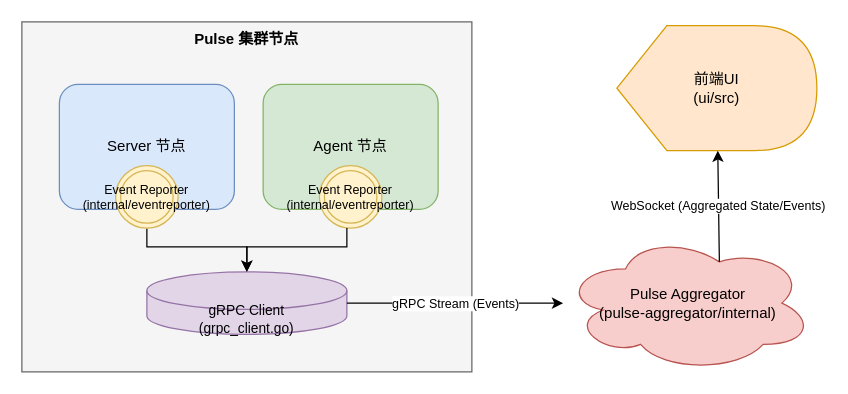
hanzug/draw.io keeps this draw.io diagram as projects/可观察性架构图.drawio. Above is the earlier version. Source tidied: cells renumbered, new cells numbered last; positions are measured from the earlier drawing's top-left corner, leaving out a move shared by most shapes. Both pictures are drawn from the tidied source at 125%, with x=0, y=0 at pixel (21, 21).
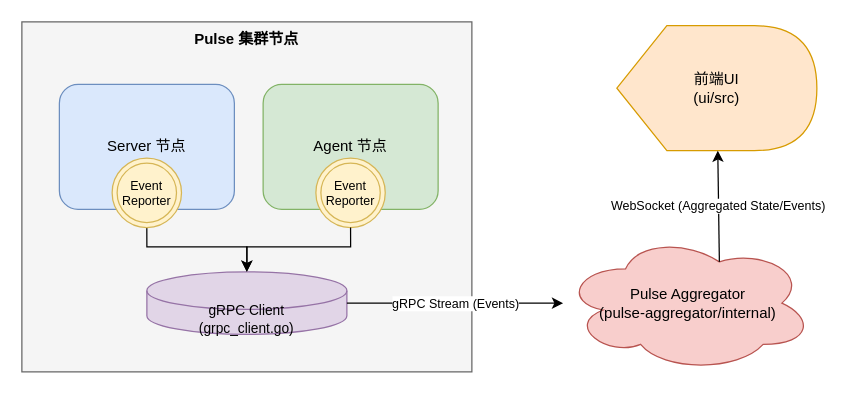
The same page after the edit.

Commit message:
更新可观察性架构图.drawio

What changed in the source:
```diff
@@
 <mxGraphModel>
   <root>
     <mxCell id="0" />
     <mxCell id="1" parent="0" />
     <mxCell id="2" value="Pulse 集群节点" style="rounded=0;whiteSpace=wrap;html=1;fillColor=#f5f5f5;strokeColor=#666666;verticalAlign=top;align=center;fontStyle=1;" parent="1" vertex="1">
       <mxGeometry width="360" height="280" as="geometry" />
     </mxCell>
     <mxCell id="3" value="Server 节点" style="rounded=1;whiteSpace=wrap;html=1;fontSize=12;fillColor=#dae8fc;strokeColor=#6c8ebf;" parent="1" vertex="1">
       <mxGeometry x="30" y="50" width="140" height="100" as="geometry" />
     </mxCell>
     <mxCell id="4" value="Agent 节点" style="rounded=1;whiteSpace=wrap;html=1;fontSize=12;fillColor=#d5e8d4;strokeColor=#82b366;" parent="1" vertex="1">
       <mxGeometry x="193" y="50" width="140" height="100" as="geometry" />
     </mxCell>
-    <mxCell id="5" value="Event Reporter&#10;(internal/eventreporter)" style="ellipse;shape=doubleEllipse;whiteSpace=wrap;html=1;fontSize=10;fillColor=#fff2cc;strokeColor=#d6b656;" parent="4" vertex="1">
-      <mxGeometry x="45" y="65" width="50" height="50" as="geometry" />
-    </mxCell>
     <mxCell id="6" value="gRPC Client&#10;(grpc_client.go)" style="shape=cylinder3;whiteSpace=wrap;html=1;boundedLbl=1;backgroundOutline=1;size=15;fontSize=11;fillColor=#e1d5e7;strokeColor=#9673a6;" parent="1" vertex="1">
       <mxGeometry x="100" y="200" width="160" height="50" as="geometry" />
     </mxCell>
     <mxCell id="7" value="Pulse Aggregator&#10;(pulse-aggregator/internal)" style="shape=cloud;whiteSpace=wrap;html=1;fontSize=12;fillColor=#f8cecc;strokeColor=#b85450;" parent="1" vertex="1">
       <mxGeometry x="433" y="170" width="200" height="110" as="geometry" />
     </mxCell>
     <mxCell id="8" value="前端UI&lt;br&gt;(ui/src)" style="shape=display;whiteSpace=wrap;html=1;fontSize=12;fillColor=#ffe6cc;strokeColor=#d79b00;" parent="1" vertex="1">
       <mxGeometry x="476" y="3" width="160" height="100" as="geometry" />
     </mxCell>
     <mxCell id="9" style="edgeStyle=orthogonalEdgeStyle;rounded=0;jettySize=auto;html=1;entryX=0.5;entryY=0;entryDx=0;entryDy=0;endArrow=classic;endFill=1;fontSize=10;" parent="1" edge="1" source="13" target="6">
       <mxGeometry relative="1" as="geometry">
         <Array as="points">
           <mxPoint x="100" y="180" />
           <mxPoint x="180" y="180" />
         </Array>
       </mxGeometry>
     </mxCell>
-    <mxCell id="10" style="edgeStyle=orthogonalEdgeStyle;rounded=0;jettySize=auto;html=1;entryX=0.5;entryY=0;entryDx=0;entryDy=0;endArrow=classic;endFill=1;fontSize=10;" parent="1" edge="1" source="5" target="6">
-      <mxGeometry relative="1" as="geometry">
-        <Array as="points">
-          <mxPoint x="260" y="180" />
-          <mxPoint x="180" y="180" />
-        </Array>
-      </mxGeometry>
-    </mxCell>
     <mxCell id="11" value="gRPC Stream (Events)" style="endArrow=classic;html=1;rounded=0;exitX=1;exitY=0.5;exitDx=0;exitDy=0;entryX=0;entryY=0.5;entryDx=0;entryDy=0;fontSize=10;" parent="1" edge="1" source="6" target="7">
       <mxGeometry relative="1" as="geometry">
         <Array as="points">
           <mxPoint x="350" y="225" />
           <mxPoint x="402" y="225" />
         </Array>
       </mxGeometry>
     </mxCell>
     <mxCell id="12" value="WebSocket (Aggregated State/Events)" style="endArrow=classic;html=1;rounded=0;exitX=0.625;exitY=0.2;exitDx=0;exitDy=0;fontSize=10;exitPerimeter=0;" parent="1" edge="1" source="7" target="8">
       <mxGeometry relative="1" as="geometry" />
     </mxCell>
-    <mxCell id="13" value="Event Reporter&#10;(internal/eventreporter)" style="ellipse;shape=doubleEllipse;whiteSpace=wrap;html=1;fontSize=10;fillColor=#fff2cc;strokeColor=#d6b656;" parent="1" vertex="1">
-      <mxGeometry x="75" y="115" width="50" height="50" as="geometry" />
+    <mxCell id="13" value="Event Reporter" style="ellipse;shape=doubleEllipse;whiteSpace=wrap;html=1;fontSize=10;fillColor=#fff2cc;strokeColor=#d6b656;" parent="1" vertex="1">
+      <mxGeometry x="72.2" y="109" width="55.5" height="55.5" as="geometry" />
     </mxCell>
+    <mxCell id="14" value="Event Reporter" style="ellipse;shape=doubleEllipse;whiteSpace=wrap;html=1;fontSize=10;fillColor=#fff2cc;strokeColor=#d6b656;" parent="1" vertex="1">
+      <mxGeometry x="235.2" y="109" width="55.5" height="55.5" as="geometry" />
+    </mxCell>
+    <mxCell id="15" style="edgeStyle=orthogonalEdgeStyle;rounded=0;jettySize=auto;html=1;entryX=0.5;entryY=0;entryDx=0;entryDy=0;endArrow=classic;endFill=1;fontSize=10;exitX=0.5;exitY=1;exitDx=0;exitDy=0;" parent="1" edge="1" source="14" target="6">
+      <mxGeometry relative="1" as="geometry">
+        <Array as="points">
+          <mxPoint x="263" y="180" />
+          <mxPoint x="180" y="180" />
+        </Array>
+      </mxGeometry>
+    </mxCell>
   </root>
 </mxGraphModel>
```
